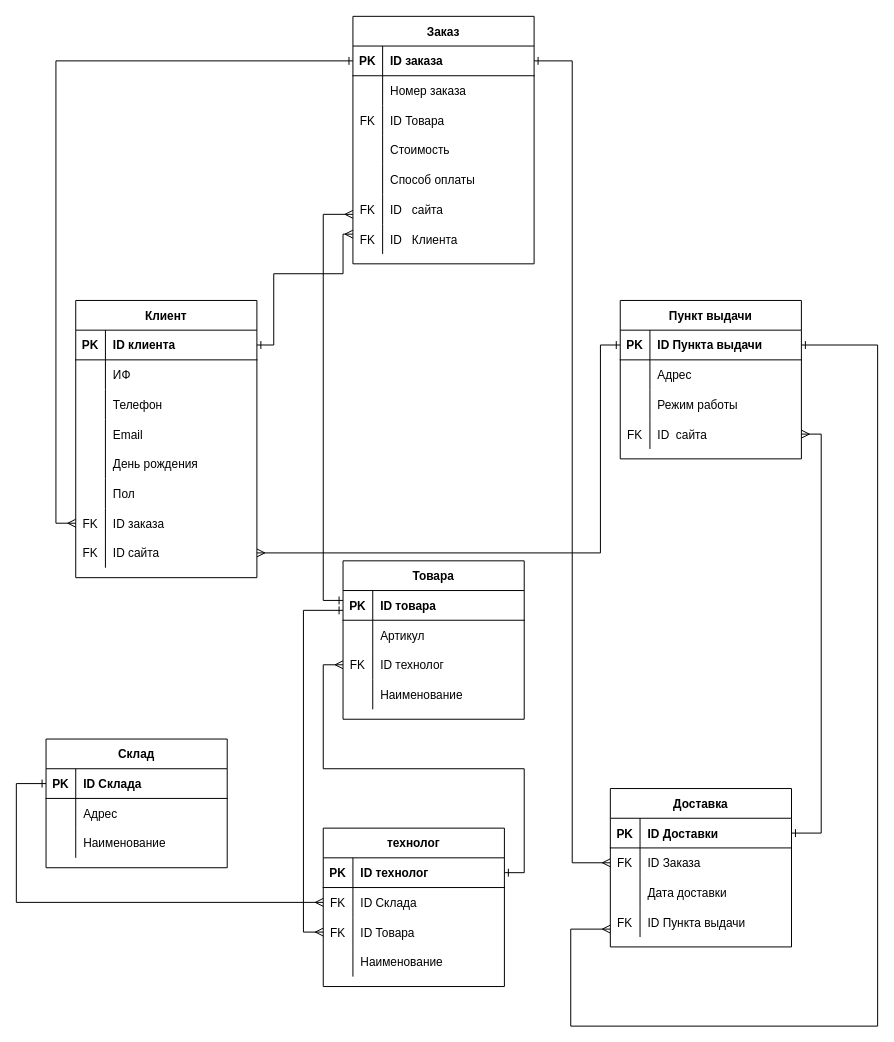
The draw.io diagram page "Страница 2" (2 of 2) of Диаграмма без нания.drawio in Ev0or/dontTouch, before the edit. Source tidied: cells renumbered, new cells numbered last; positions are measured from the earlier drawing's top-left corner, leaving out a move shared by most shapes. Both pictures are drawn from the tidied source at 99%, with x=0, y=0 at pixel (16, 16).
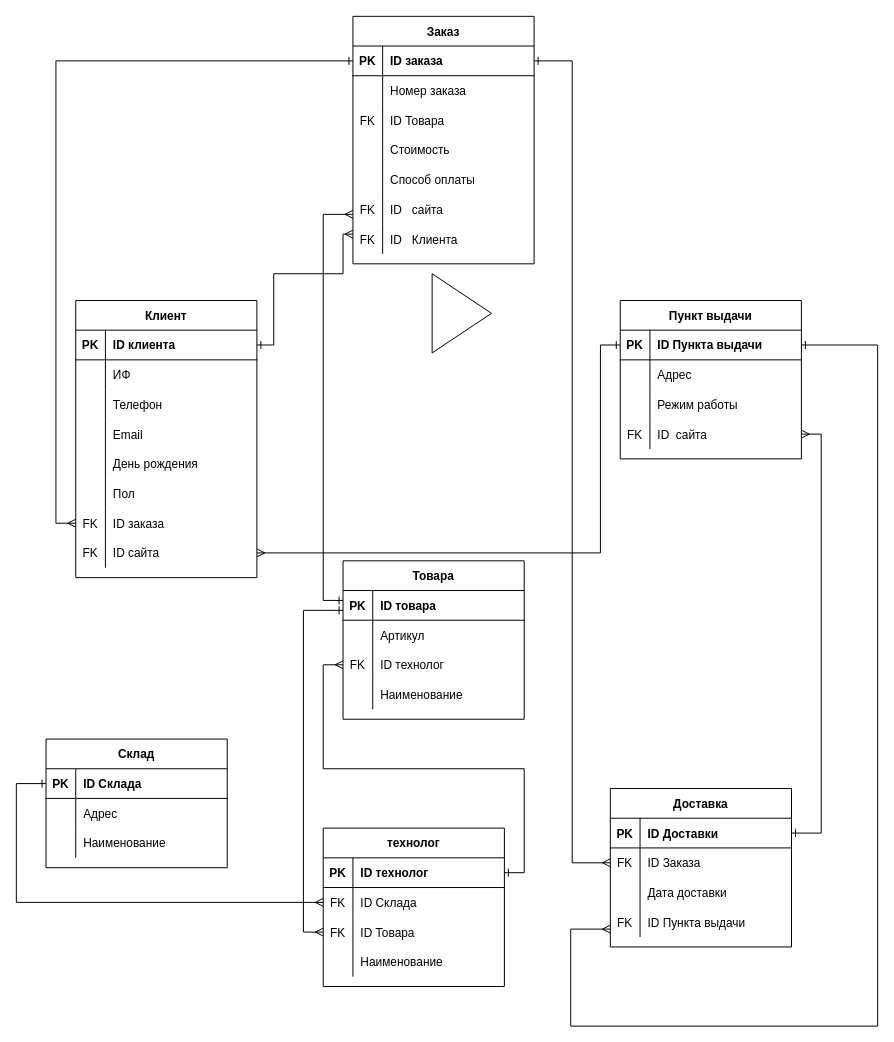
The same diagram, later.

What changed in the source:
```diff
@@
+    <mxCell id="121" style="triangle;whiteSpace=wrap;html=1;" parent="1" vertex="1">
+      <mxGeometry x="420" y="260" width="60" height="80" as="geometry" />
+    </mxCell>
```
